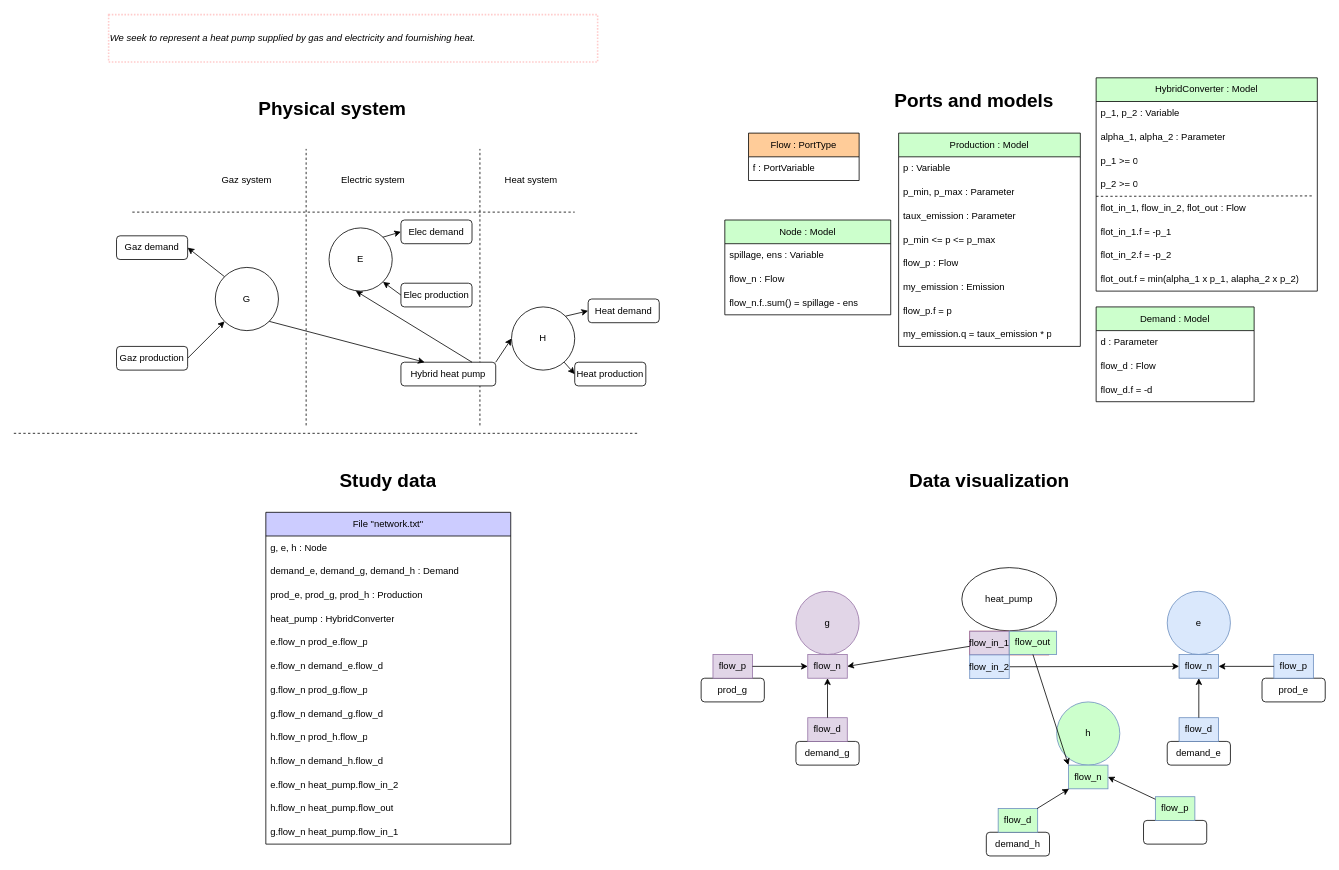
Earlier version of the draw.io diagram models-design/systems/hybrid_converter.drawio (AntaresSimulatorTeam/andromede-modeling-prototype). Source tidied: cells renumbered, new cells numbered last; positions are measured from the earlier drawing's top-left corner, leaving out a move shared by most shapes. Both pictures are drawn from the tidied source at 79%, with x=0, y=0 at pixel (13, 14).
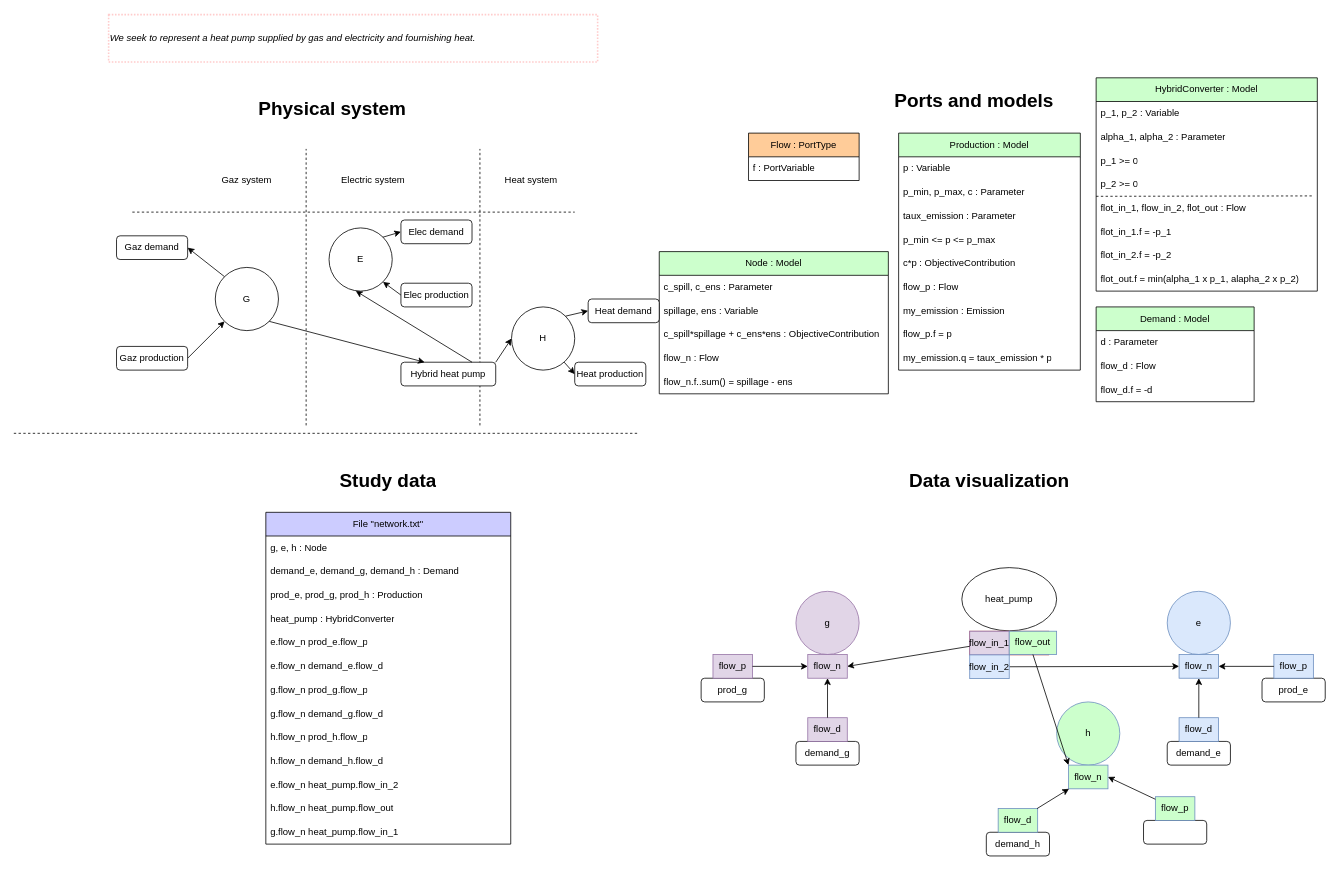
After the change.

The edit, as a diff of the source:
```diff
@@
     <mxCell id="18" style="group;" parent="1" vertex="1">
-      <mxGeometry x="880" y="90" width="770" height="460" as="geometry" />
+      <mxGeometry x="880" y="90" width="770" height="490" as="geometry" />
     </mxCell>
@@
-    <mxCell id="22" value="Node : Model" style="swimlane;fontStyle=0;horizontal=1;startSize=30;whiteSpace=wrap;html=1;fillColor=#CCFFCC;fontColor=#000000;" parent="18" vertex="1">
-      <mxGeometry x="20" y="170" width="210" height="120" as="geometry" />
-    </mxCell>
-    <mxCell id="23" value="spillage, ens : Variable" style="text;strokeColor=none;fillColor=none;align=left;verticalAlign=middle;spacingLeft=4;spacingRight=4;overflow=hidden;whiteSpace=wrap;html=1;" parent="22" vertex="1">
-      <mxGeometry y="30" width="210" height="30" as="geometry" />
-    </mxCell>
-    <mxCell id="24" value="flow_n : Flow" style="text;strokeColor=none;fillColor=none;align=left;verticalAlign=middle;spacingLeft=4;spacingRight=4;overflow=hidden;whiteSpace=wrap;html=1;" parent="22" vertex="1">
-      <mxGeometry y="60" width="210" height="30" as="geometry" />
-    </mxCell>
-    <mxCell id="25" value="flow_n.f..sum() = spillage - ens" style="text;strokeColor=none;fillColor=none;align=left;verticalAlign=middle;spacingLeft=4;spacingRight=4;overflow=hidden;whiteSpace=wrap;html=1;" parent="22" vertex="1">
-      <mxGeometry y="90" width="210" height="30" as="geometry" />
-    </mxCell>
@@
+    <mxCell id="22" value="Node : Model" style="swimlane;fontStyle=0;horizontal=1;startSize=30;whiteSpace=wrap;html=1;fillColor=#CCFFCC;fontColor=#000000;" parent="18" vertex="1">
+      <mxGeometry x="-63" y="210" width="290" height="180" as="geometry" />
+    </mxCell>
+    <mxCell id="120" value="c_spill, c_ens : Parameter" style="text;strokeColor=none;fillColor=none;align=left;verticalAlign=middle;spacingLeft=4;spacingRight=4;overflow=hidden;whiteSpace=wrap;html=1;" parent="22" vertex="1">
+      <mxGeometry y="30" width="290" height="30" as="geometry" />
+    </mxCell>
+    <mxCell id="23" value="spillage, ens : Variable" style="text;strokeColor=none;fillColor=none;align=left;verticalAlign=middle;spacingLeft=4;spacingRight=4;overflow=hidden;whiteSpace=wrap;html=1;" parent="22" vertex="1">
+      <mxGeometry y="60" width="290" height="30" as="geometry" />
+    </mxCell>
+    <mxCell id="121" value="c_spill*spillage + c_ens*ens : ObjectiveContribution" style="text;strokeColor=none;fillColor=none;align=left;verticalAlign=middle;spacingLeft=4;spacingRight=4;overflow=hidden;whiteSpace=wrap;html=1;" parent="22" vertex="1">
+      <mxGeometry y="90" width="290" height="30" as="geometry" />
+    </mxCell>
+    <mxCell id="24" value="flow_n : Flow" style="text;strokeColor=none;fillColor=none;align=left;verticalAlign=middle;spacingLeft=4;spacingRight=4;overflow=hidden;whiteSpace=wrap;html=1;" parent="22" vertex="1">
+      <mxGeometry y="120" width="290" height="30" as="geometry" />
+    </mxCell>
+    <mxCell id="25" value="flow_n.f..sum() = spillage - ens" style="text;strokeColor=none;fillColor=none;align=left;verticalAlign=middle;spacingLeft=4;spacingRight=4;overflow=hidden;whiteSpace=wrap;html=1;" parent="22" vertex="1">
+      <mxGeometry y="150" width="290" height="30" as="geometry" />
+    </mxCell>
@@
     <mxCell id="92" value="Production : Model" style="swimlane;fontStyle=0;horizontal=1;startSize=30;whiteSpace=wrap;html=1;fillColor=#CCFFCC;fontColor=#000000;" parent="1" vertex="1">
-      <mxGeometry x="1120" y="150" width="230" height="270" as="geometry" />
+      <mxGeometry x="1120" y="150" width="230" height="300" as="geometry" />
     </mxCell>
@@
-    <mxCell id="94" value="p_min, p_max : Parameter" style="text;strokeColor=none;fillColor=none;align=left;verticalAlign=middle;spacingLeft=4;spacingRight=4;overflow=hidden;whiteSpace=wrap;html=1;" parent="92" vertex="1">
+    <mxCell id="94" value="p_min, p_max, c : Parameter" style="text;strokeColor=none;fillColor=none;align=left;verticalAlign=middle;spacingLeft=4;spacingRight=4;overflow=hidden;whiteSpace=wrap;html=1;" parent="92" vertex="1">
       <mxGeometry y="60" width="230" height="30" as="geometry" />
     </mxCell>
@@
+    <mxCell id="122" value="c*p : ObjectiveContribution" style="text;strokeColor=none;fillColor=none;align=left;verticalAlign=middle;spacingLeft=4;spacingRight=4;overflow=hidden;whiteSpace=wrap;html=1;" parent="92" vertex="1">
+      <mxGeometry y="150" width="230" height="30" as="geometry" />
+    </mxCell>
     <mxCell id="97" value="flow_p : Flow" style="text;strokeColor=none;fillColor=none;align=left;verticalAlign=middle;spacingLeft=4;spacingRight=4;overflow=hidden;whiteSpace=wrap;html=1;" parent="92" vertex="1">
-      <mxGeometry y="150" width="230" height="30" as="geometry" />
+      <mxGeometry y="180" width="230" height="30" as="geometry" />
     </mxCell>
     <mxCell id="98" value="my_emission : Emission" style="text;strokeColor=none;fillColor=none;align=left;verticalAlign=middle;spacingLeft=4;spacingRight=4;overflow=hidden;whiteSpace=wrap;html=1;" parent="92" vertex="1">
-      <mxGeometry y="180" width="230" height="30" as="geometry" />
+      <mxGeometry y="210" width="230" height="30" as="geometry" />
     </mxCell>
     <mxCell id="99" value="flow_p.f = p" style="text;strokeColor=none;fillColor=none;align=left;verticalAlign=middle;spacingLeft=4;spacingRight=4;overflow=hidden;whiteSpace=wrap;html=1;" parent="92" vertex="1">
-      <mxGeometry y="210" width="230" height="30" as="geometry" />
+      <mxGeometry y="240" width="230" height="30" as="geometry" />
     </mxCell>
     <mxCell id="100" value="my_emission.q = taux_emission * p" style="text;strokeColor=none;fillColor=none;align=left;verticalAlign=middle;spacingLeft=4;spacingRight=4;overflow=hidden;whiteSpace=wrap;html=1;" parent="92" vertex="1">
-      <mxGeometry y="240" width="230" height="30" as="geometry" />
+      <mxGeometry y="270" width="230" height="30" as="geometry" />
     </mxCell>
```
